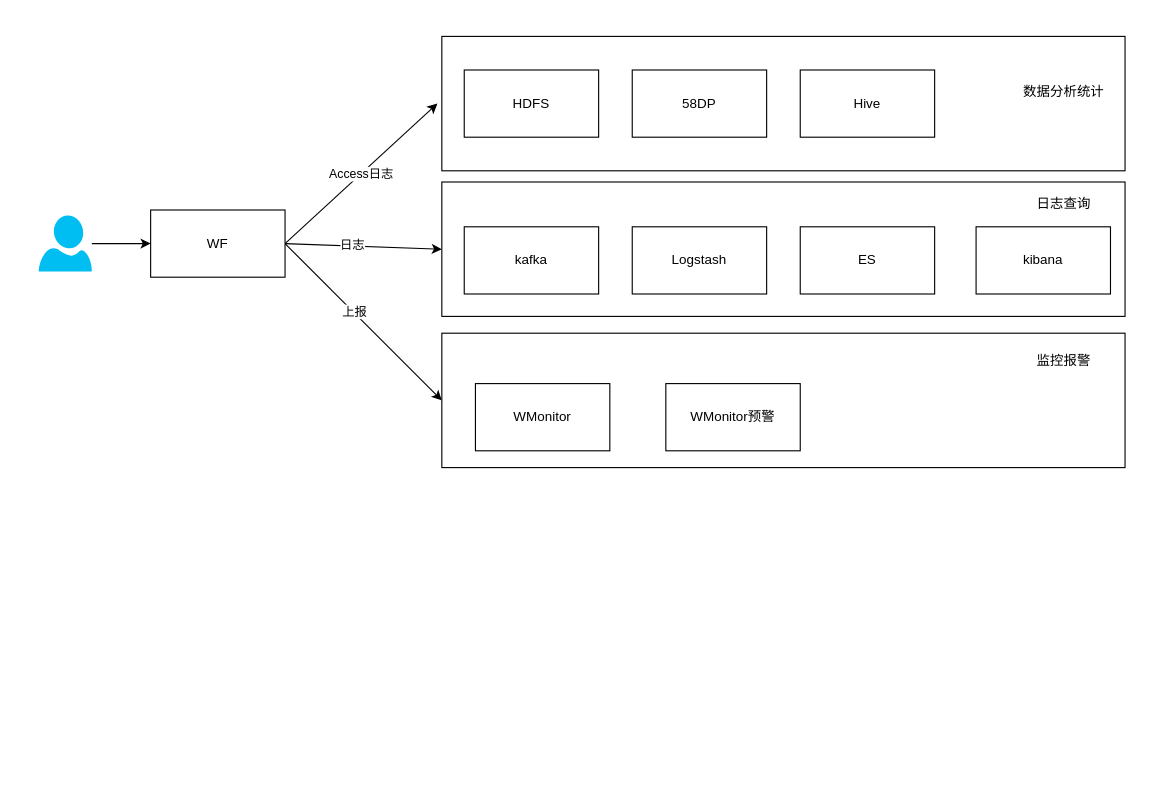
This is page "Page-2" (2 of 6) of shuzhi.drawio from nullbull/uml, a draw.io file, before an edit. Source tidied: cells renumbered, new cells numbered last; positions are measured from the earlier drawing's top-left corner, leaving out a move shared by most shapes. Both pictures are drawn from the tidied source at 112%, with x=0, y=0 at pixel (38, 36).
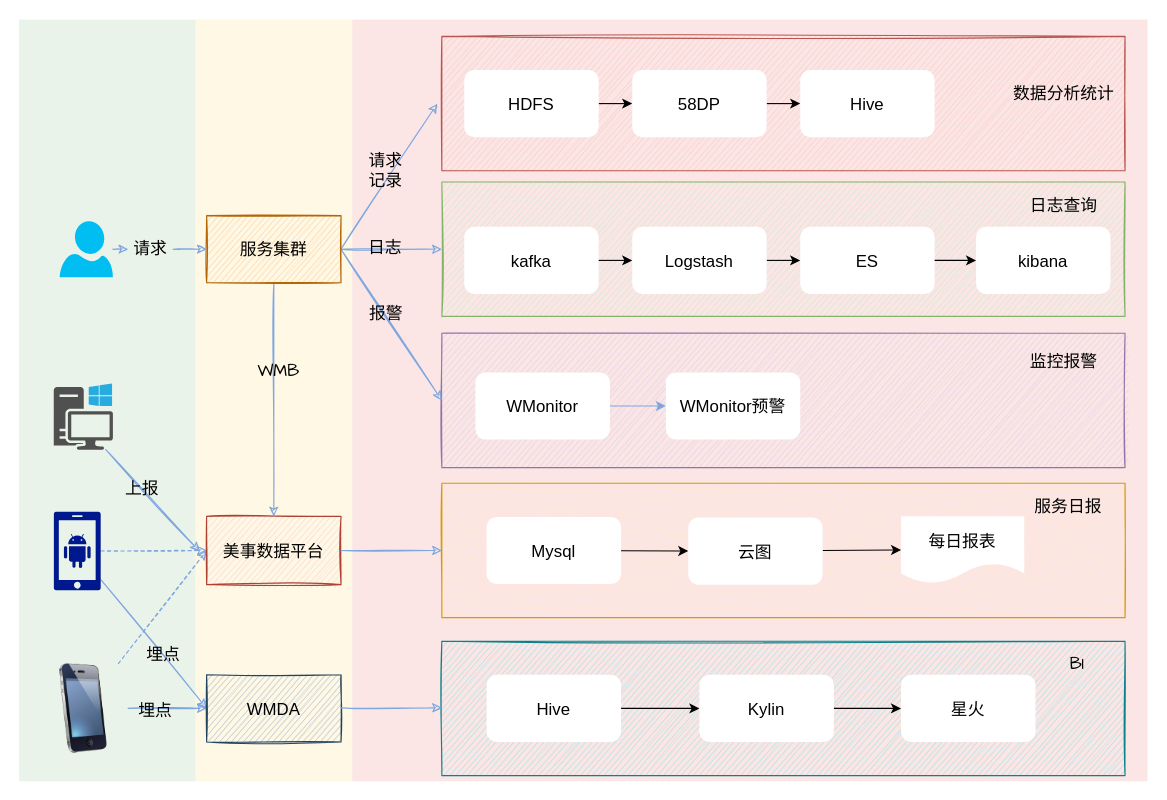
Above is the later version.

What changed in the source:
```diff
@@
+    <mxCell id="25" style="rounded=0;whiteSpace=wrap;html=1;shadow=0;glass=0;sketch=0;fontFamily=Comic Sans MS;fontSize=15;fillColor=#f8cecc;opacity=50;strokeColor=none;" parent="1" vertex="1">
+      <mxGeometry x="280" y="-15" width="710" height="680" as="geometry" />
+    </mxCell>
+    <mxCell id="26" style="rounded=0;whiteSpace=wrap;html=1;shadow=0;glass=0;sketch=0;fontFamily=Comic Sans MS;fontSize=15;fillColor=#fff2cc;opacity=50;strokeColor=none;" parent="1" vertex="1">
+      <mxGeometry x="140" y="-15" width="140" height="680" as="geometry" />
+    </mxCell>
+    <mxCell id="27" style="rounded=0;whiteSpace=wrap;html=1;shadow=0;glass=0;sketch=0;fontFamily=Comic Sans MS;fontSize=15;fillColor=#d5e8d4;opacity=50;strokeWidth=1;strokeColor=none;" parent="1" vertex="1">
+      <mxGeometry x="-17.5" y="-15" width="157.5" height="680" as="geometry" />
+    </mxCell>
+    <mxCell id="28" style="rounded=0;whiteSpace=wrap;html=1;sketch=1;fillColor=#ffe6cc;strokeColor=#d79b00;fontSize=15;" parent="1" vertex="1">
+      <mxGeometry x="360" y="399" width="610" height="120" as="geometry" />
+    </mxCell>
-    <mxCell id="2" style="rounded=0;whiteSpace=wrap;html=1;" parent="1" vertex="1">
+    <mxCell id="2" style="rounded=0;whiteSpace=wrap;html=1;sketch=1;fillColor=#e1d5e7;strokeColor=#9673a6;fontSize=15;" parent="1" vertex="1">
       <mxGeometry x="360" y="265" width="610" height="120" as="geometry" />
     </mxCell>
-    <mxCell id="3" style="rounded=0;whiteSpace=wrap;html=1;" parent="1" vertex="1">
+    <mxCell id="3" style="rounded=0;whiteSpace=wrap;html=1;sketch=1;fillColor=#d5e8d4;strokeColor=#82b366;fontSize=15;" parent="1" vertex="1">
       <mxGeometry x="360" y="130" width="610" height="120" as="geometry" />
     </mxCell>
-    <mxCell id="4" style="rounded=0;whiteSpace=wrap;html=1;" parent="1" vertex="1">
+    <mxCell id="4" style="rounded=0;whiteSpace=wrap;html=1;sketch=1;strokeColor=#b85450;fillColor=#f8cecc;fontSize=15;" parent="1" vertex="1">
       <mxGeometry x="360" width="610" height="120" as="geometry" />
     </mxCell>
-    <mxCell id="5" value="Access日志" style="edgeStyle=none;rounded=0;jettySize=auto;html=1;exitX=1;exitY=0.5;exitDx=0;exitDy=0;" parent="1" edge="1" source="10">
-      <mxGeometry relative="1" as="geometry">
+    <mxCell id="5" style="rounded=0;jettySize=auto;html=1;exitX=1;exitY=0.5;exitDx=0;exitDy=0;fontSize=15;sketch=1;strokeColor=#7EA6E0;" parent="1" edge="1" source="10">
+      <mxGeometry x="1" y="-254" relative="1" as="geometry">
         <mxPoint x="356" y="60" as="targetPoint" />
+        <mxPoint x="12" y="-260" as="offset" />
       </mxGeometry>
     </mxCell>
-    <mxCell id="6" style="edgeStyle=none;rounded=0;jettySize=auto;html=1;exitX=1;exitY=0.5;exitDx=0;exitDy=0;entryX=0;entryY=0.5;entryDx=0;entryDy=0;" parent="1" edge="1" source="10" target="3">
+    <mxCell id="6" style="edgeStyle=none;rounded=0;jettySize=auto;html=1;exitX=1;exitY=0.5;exitDx=0;exitDy=0;entryX=0;entryY=0.5;entryDx=0;entryDy=0;fontSize=15;sketch=1;strokeColor=#7EA6E0;" parent="1" edge="1" source="10" target="3">
       <mxGeometry relative="1" as="geometry" />
     </mxCell>
-    <mxCell id="7" value="日志" style="edgeLabel;html=1;align=center;verticalAlign=middle;" parent="6" vertex="1">
+    <mxCell id="7" value="日志" style="edgeLabel;html=1;align=center;verticalAlign=middle;fontSize=15;labelBackgroundColor=none;" parent="6" vertex="1">
       <mxGeometry x="-0.15" y="-2" relative="1" as="geometry">
         <mxPoint y="-4.1" as="offset" />
       </mxGeometry>
     </mxCell>
-    <mxCell id="8" style="edgeStyle=none;rounded=0;jettySize=auto;html=1;exitX=1;exitY=0.5;exitDx=0;exitDy=0;entryX=0;entryY=0.5;entryDx=0;entryDy=0;" parent="1" edge="1" source="10" target="2">
+    <mxCell id="8" style="edgeStyle=none;rounded=0;jettySize=auto;html=1;exitX=1;exitY=0.5;exitDx=0;exitDy=0;entryX=0;entryY=0.5;entryDx=0;entryDy=0;fontSize=15;sketch=1;strokeColor=#7EA6E0;" parent="1" edge="1" source="10" target="2">
       <mxGeometry relative="1" as="geometry" />
     </mxCell>
-    <mxCell id="9" value="上报" style="edgeLabel;html=1;align=center;verticalAlign=middle;" parent="8" vertex="1">
-      <mxGeometry x="-0.13" y="1" relative="1" as="geometry" />
-    </mxCell>
+    <mxCell id="29" value="报警" style="edgeLabel;html=1;align=center;verticalAlign=middle;fontSize=15;labelBackgroundColor=none;" parent="8" vertex="1">
+      <mxGeometry x="-0.15" y="1" relative="1" as="geometry" />
+    </mxCell>
+    <mxCell id="30" style="edgeStyle=none;rounded=0;jettySize=auto;html=1;fontFamily=Comic Sans MS;fontSize=15;sketch=1;strokeColor=#7EA6E0;" parent="1" edge="1" source="10" target="48">
+      <mxGeometry relative="1" as="geometry" />
+    </mxCell>
+    <mxCell id="31" value="WMB" style="edgeLabel;html=1;align=center;verticalAlign=middle;fontSize=15;fontFamily=Comic Sans MS;labelBackgroundColor=none;" parent="30" vertex="1">
+      <mxGeometry x="-0.25" y="3" relative="1" as="geometry" />
+    </mxCell>
-    <mxCell id="10" value="WF" style="rounded=0;whiteSpace=wrap;html=1;" parent="1" vertex="1">
-      <mxGeometry x="100" y="155" width="120" height="60" as="geometry" />
+    <mxCell id="10" value="服务集群" style="rounded=0;whiteSpace=wrap;html=1;sketch=1;shadow=0;fontSize=15;fillColor=#fad7ac;strokeColor=#b46504;" parent="1" vertex="1">
+      <mxGeometry x="150" y="160" width="120" height="60" as="geometry" />
     </mxCell>
-    <mxCell id="11" value="kafka" style="rounded=0;whiteSpace=wrap;html=1;" parent="1" vertex="1">
+    <mxCell id="11" value="kafka" style="rounded=1;whiteSpace=wrap;html=1;fontSize=15;strokeColor=none;" parent="1" vertex="1">
       <mxGeometry x="380" y="170" width="120" height="60" as="geometry" />
     </mxCell>
+    <mxCell id="32" style="edgeStyle=orthogonalEdgeStyle;rounded=0;jettySize=auto;html=1;exitX=1;exitY=0.5;exitDx=0;exitDy=0;entryX=0;entryY=0.5;entryDx=0;entryDy=0;fontSize=15;" parent="1" edge="1" source="12" target="14">
+      <mxGeometry relative="1" as="geometry" />
+    </mxCell>
-    <mxCell id="12" value="HDFS" style="rounded=0;whiteSpace=wrap;html=1;" parent="1" vertex="1">
+    <mxCell id="12" value="HDFS" style="rounded=1;whiteSpace=wrap;html=1;fontSize=15;strokeColor=none;" parent="1" vertex="1">
       <mxGeometry x="380" y="30" width="120" height="60" as="geometry" />
     </mxCell>
+    <mxCell id="33" style="edgeStyle=none;rounded=0;sketch=0;jettySize=auto;html=1;entryX=0;entryY=0.5;entryDx=0;entryDy=0;strokeColor=#7EA6E0;fontFamily=Comic Sans MS;fontSize=15;" parent="1" edge="1" source="13" target="19">
+      <mxGeometry relative="1" as="geometry" />
+    </mxCell>
-    <mxCell id="13" value="WMonitor" style="rounded=0;whiteSpace=wrap;html=1;" parent="1" vertex="1">
-      <mxGeometry x="390" y="310" width="120" height="60" as="geometry" />
+    <mxCell id="13" value="WMonitor" style="rounded=1;whiteSpace=wrap;html=1;fontSize=15;strokeColor=none;" parent="1" vertex="1">
+      <mxGeometry x="390" y="300" width="120" height="60" as="geometry" />
     </mxCell>
+    <mxCell id="34" style="edgeStyle=orthogonalEdgeStyle;rounded=0;jettySize=auto;html=1;exitX=1;exitY=0.5;exitDx=0;exitDy=0;entryX=0;entryY=0.5;entryDx=0;entryDy=0;fontSize=15;" parent="1" edge="1" source="14" target="15">
+      <mxGeometry relative="1" as="geometry" />
+    </mxCell>
-    <mxCell id="14" value="58DP" style="rounded=0;whiteSpace=wrap;html=1;" parent="1" vertex="1">
+    <mxCell id="14" value="58DP" style="rounded=1;whiteSpace=wrap;html=1;fontSize=15;strokeColor=none;" parent="1" vertex="1">
       <mxGeometry x="530" y="30" width="120" height="60" as="geometry" />
     </mxCell>
-    <mxCell id="15" value="Hive" style="rounded=0;whiteSpace=wrap;html=1;" parent="1" vertex="1">
+    <mxCell id="15" value="Hive" style="rounded=1;whiteSpace=wrap;html=1;fontSize=15;strokeColor=none;" parent="1" vertex="1">
       <mxGeometry x="680" y="30" width="120" height="60" as="geometry" />
     </mxCell>
-    <mxCell id="16" value="Logstash" style="rounded=0;whiteSpace=wrap;html=1;" parent="1" vertex="1">
-      <mxGeometry x="530" y="170" width="120" height="60" as="geometry" />
-    </mxCell>
-    <mxCell id="17" value="ES" style="rounded=0;whiteSpace=wrap;html=1;" parent="1" vertex="1">
+    <mxCell id="17" value="ES" style="rounded=1;whiteSpace=wrap;html=1;fontSize=15;strokeColor=none;" parent="1" vertex="1">
       <mxGeometry x="680" y="170" width="120" height="60" as="geometry" />
     </mxCell>
-    <mxCell id="18" value="kibana" style="rounded=0;whiteSpace=wrap;html=1;" parent="1" vertex="1">
+    <mxCell id="18" value="kibana" style="rounded=1;whiteSpace=wrap;html=1;fontSize=15;strokeColor=none;" parent="1" vertex="1">
       <mxGeometry x="837" y="170" width="120" height="60" as="geometry" />
     </mxCell>
-    <mxCell id="19" value="WMonitor预警" style="rounded=0;whiteSpace=wrap;html=1;" parent="1" vertex="1">
-      <mxGeometry x="560" y="310" width="120" height="60" as="geometry" />
+    <mxCell id="19" value="WMonitor预警" style="rounded=1;whiteSpace=wrap;html=1;fontSize=15;strokeColor=none;" parent="1" vertex="1">
+      <mxGeometry x="560" y="300" width="120" height="60" as="geometry" />
     </mxCell>
-    <mxCell id="20" value="&lt;span&gt;数据分析统计&lt;/span&gt;" style="text;html=1;align=center;verticalAlign=middle;" parent="1" vertex="1">
-      <mxGeometry x="870" y="40" width="90" height="20" as="geometry" />
+    <mxCell id="20" value="&lt;span style=&quot;font-size: 15px;&quot;&gt;数据分析统计&lt;/span&gt;" style="text;html=1;align=center;verticalAlign=middle;fontSize=15;" parent="1" vertex="1">
+      <mxGeometry x="860" y="40" width="110" height="20" as="geometry" />
     </mxCell>
-    <mxCell id="21" value="&lt;span&gt;日志查询&lt;/span&gt;" style="text;html=1;align=center;verticalAlign=middle;" parent="1" vertex="1">
-      <mxGeometry x="885" y="140" width="60" height="20" as="geometry" />
+    <mxCell id="21" value="&lt;span style=&quot;font-size: 15px;&quot;&gt;日志查询&lt;/span&gt;" style="text;html=1;align=center;verticalAlign=middle;fontSize=15;" parent="1" vertex="1">
+      <mxGeometry x="875" y="140" width="80" height="20" as="geometry" />
     </mxCell>
-    <mxCell id="22" value="监控报警" style="text;html=1;align=center;verticalAlign=middle;" parent="1" vertex="1">
-      <mxGeometry x="885" y="280" width="60" height="20" as="geometry" />
+    <mxCell id="22" value="监控报警" style="text;html=1;align=center;verticalAlign=middle;fontSize=15;" parent="1" vertex="1">
+      <mxGeometry x="875" y="280" width="80" height="20" as="geometry" />
     </mxCell>
-    <mxCell id="23" style="rounded=0;jettySize=auto;html=1;entryX=0;entryY=0.5;entryDx=0;entryDy=0;" parent="1" edge="1" source="24" target="10">
-      <mxGeometry relative="1" as="geometry" />
-    </mxCell>
+    <mxCell id="35" style="edgeStyle=none;rounded=0;sketch=1;jettySize=auto;html=1;entryX=0;entryY=0.5;entryDx=0;entryDy=0;strokeColor=#7EA6E0;fontFamily=Comic Sans MS;fontSize=15;" parent="1" edge="1" source="67" target="10">
+      <mxGeometry relative="1" as="geometry" />
+    </mxCell>
-    <mxCell id="24" style="verticalLabelPosition=bottom;html=1;verticalAlign=top;align=center;strokeColor=none;fillColor=#00BEF2;shape=mxgraph.azure.user;" parent="1" vertex="1">
-      <mxGeometry y="160" width="47.5" height="50" as="geometry" />
+    <mxCell id="24" style="verticalLabelPosition=bottom;html=1;verticalAlign=top;align=center;strokeColor=none;fillColor=#00BEF2;shape=mxgraph.azure.user;sketch=0;fontSize=15;" parent="1" vertex="1">
+      <mxGeometry x="18.8" y="165" width="47.5" height="50" as="geometry" />
     </mxCell>
+    <mxCell id="36" style="edgeStyle=orthogonalEdgeStyle;rounded=0;jettySize=auto;html=1;exitX=1;exitY=0.5;exitDx=0;exitDy=0;entryX=0;entryY=0.5;entryDx=0;entryDy=0;fontSize=15;" parent="1" edge="1" target="16">
+      <mxGeometry relative="1" as="geometry">
+        <mxPoint x="500" y="200" as="sourcePoint" />
+      </mxGeometry>
+    </mxCell>
+    <mxCell id="37" style="edgeStyle=orthogonalEdgeStyle;rounded=0;jettySize=auto;html=1;exitX=1;exitY=0.5;exitDx=0;exitDy=0;entryX=0;entryY=0.5;entryDx=0;entryDy=0;fontSize=15;" parent="1" edge="1" source="16">
+      <mxGeometry relative="1" as="geometry">
+        <mxPoint x="680" y="200" as="targetPoint" />
+      </mxGeometry>
+    </mxCell>
+    <mxCell id="16" value="Logstash" style="rounded=1;whiteSpace=wrap;html=1;fontSize=15;strokeColor=none;" parent="1" vertex="1">
+      <mxGeometry x="530" y="170" width="120" height="60" as="geometry" />
+    </mxCell>
+    <mxCell id="38" style="edgeStyle=orthogonalEdgeStyle;rounded=0;jettySize=auto;html=1;exitX=1;exitY=0.5;exitDx=0;exitDy=0;entryX=0;entryY=0.5;entryDx=0;entryDy=0;fontSize=15;" parent="1" edge="1" target="18">
+      <mxGeometry relative="1" as="geometry">
+        <mxPoint x="800" y="200" as="sourcePoint" />
+      </mxGeometry>
+    </mxCell>
+    <mxCell id="39" style="shadow=0;dashed=0;html=1;strokeColor=none;fillColor=#505050;labelPosition=center;verticalLabelPosition=bottom;verticalAlign=top;align=center;shape=mxgraph.office.devices.workstation_pc;sketch=0;fontSize=15;" parent="1" vertex="1">
+      <mxGeometry x="13.5" y="310" width="52.8" height="59" as="geometry" />
+    </mxCell>
+    <mxCell id="40" style="rounded=0;jettySize=auto;html=1;entryX=0;entryY=0.5;entryDx=0;entryDy=0;fontSize=15;sketch=1;strokeColor=#7EA6E0;" parent="1" edge="1" source="43" target="49">
+      <mxGeometry relative="1" as="geometry" />
+    </mxCell>
+    <mxCell id="41" value="埋点" style="edgeLabel;html=1;align=center;verticalAlign=middle;fontSize=15;labelBackgroundColor=none;" parent="40" vertex="1">
+      <mxGeometry x="0.16" y="1" relative="1" as="geometry" />
+    </mxCell>
+    <mxCell id="42" style="edgeStyle=none;rounded=0;jettySize=auto;html=1;entryX=0;entryY=0.5;entryDx=0;entryDy=0;dashed=1;fontSize=15;sketch=1;strokeColor=#7EA6E0;" parent="1" edge="1" source="43" target="48">
+      <mxGeometry relative="1" as="geometry" />
+    </mxCell>
+    <mxCell id="43" style="shadow=0;dashed=0;html=1;strokeColor=none;labelPosition=center;verticalLabelPosition=bottom;verticalAlign=top;align=center;fillColor=#00188D;shape=mxgraph.mscae.enterprise.android_phone;sketch=0;fontSize=15;" parent="1" vertex="1">
+      <mxGeometry x="13.5" y="424.5" width="42" height="70" as="geometry" />
+    </mxCell>
+    <mxCell id="44" style="edgeStyle=none;rounded=0;jettySize=auto;html=1;entryX=0;entryY=0.5;entryDx=0;entryDy=0;fontSize=15;sketch=1;strokeColor=#7EA6E0;" parent="1" edge="1" source="47" target="49">
+      <mxGeometry relative="1" as="geometry" />
+    </mxCell>
+    <mxCell id="45" value="埋点" style="edgeLabel;html=1;align=center;verticalAlign=middle;fontSize=15;labelBackgroundColor=none;" parent="44" vertex="1">
+      <mxGeometry x="-0.32" y="-2" relative="1" as="geometry">
+        <mxPoint y="-2" as="offset" />
+      </mxGeometry>
+    </mxCell>
+    <mxCell id="46" style="edgeStyle=none;rounded=0;jettySize=auto;html=1;entryX=0;entryY=0.5;entryDx=0;entryDy=0;dashed=1;fontSize=15;sketch=1;strokeColor=#7EA6E0;" parent="1" edge="1" source="47" target="48">
+      <mxGeometry relative="1" as="geometry" />
+    </mxCell>
+    <mxCell id="47" style="image;html=1;image=img/lib/clip_art/telecommunication/iPhone_128x128.png;sketch=0;strokeColor=#000000;fontSize=15;" parent="1" vertex="1">
+      <mxGeometry x="-0.1" y="560" width="80" height="80" as="geometry" />
+    </mxCell>
+    <mxCell id="48" value="美事数据平台" style="rounded=0;whiteSpace=wrap;html=1;sketch=1;strokeColor=#ae4132;shadow=0;fontSize=15;fillColor=#fad9d5;" parent="1" vertex="1">
+      <mxGeometry x="150" y="428.5" width="120" height="61" as="geometry" />
+    </mxCell>
+    <mxCell id="49" value="WMDA" style="rounded=0;whiteSpace=wrap;html=1;sketch=1;strokeColor=#23445d;shadow=0;fontSize=15;fillColor=#bac8d3;" parent="1" vertex="1">
+      <mxGeometry x="150" y="570" width="120" height="60" as="geometry" />
+    </mxCell>
+    <mxCell id="50" style="edgeStyle=none;rounded=0;jettySize=auto;html=1;entryX=0;entryY=0.5;entryDx=0;entryDy=0;fontSize=15;" parent="1" edge="1" source="51" target="53">
+      <mxGeometry relative="1" as="geometry" />
+    </mxCell>
+    <mxCell id="51" value="Mysql" style="rounded=1;whiteSpace=wrap;html=1;sketch=0;fontSize=15;strokeColor=none;" parent="1" vertex="1">
+      <mxGeometry x="400" y="429" width="120" height="60" as="geometry" />
+    </mxCell>
+    <mxCell id="52" style="edgeStyle=none;rounded=0;jettySize=auto;html=1;entryX=0;entryY=0.5;entryDx=0;entryDy=0;fontSize=15;" parent="1" edge="1" source="53" target="60">
+      <mxGeometry relative="1" as="geometry" />
+    </mxCell>
+    <mxCell id="53" value="云图" style="rounded=1;whiteSpace=wrap;html=1;sketch=0;fontSize=15;strokeColor=none;" parent="1" vertex="1">
+      <mxGeometry x="580" y="429.5" width="120" height="60" as="geometry" />
+    </mxCell>
+    <mxCell id="54" style="rounded=0;whiteSpace=wrap;html=1;sketch=1;fillColor=#b0e3e6;strokeColor=#0e8088;fontSize=15;" parent="1" vertex="1">
+      <mxGeometry x="360" y="540" width="610" height="120" as="geometry" />
+    </mxCell>
+    <mxCell id="55" style="edgeStyle=none;rounded=0;jettySize=auto;html=1;fontSize=15;" parent="1" edge="1" source="56" target="58">
+      <mxGeometry relative="1" as="geometry" />
+    </mxCell>
+    <mxCell id="56" value="Hive" style="rounded=1;whiteSpace=wrap;html=1;sketch=0;fontSize=15;strokeColor=none;" parent="1" vertex="1">
+      <mxGeometry x="400" y="570" width="120" height="60" as="geometry" />
+    </mxCell>
+    <mxCell id="57" style="edgeStyle=none;rounded=0;jettySize=auto;html=1;entryX=0;entryY=0.5;entryDx=0;entryDy=0;fontSize=15;" parent="1" edge="1" source="58" target="59">
+      <mxGeometry relative="1" as="geometry" />
+    </mxCell>
+    <mxCell id="58" value="Kylin" style="rounded=1;whiteSpace=wrap;html=1;sketch=0;fontSize=15;strokeColor=none;" parent="1" vertex="1">
+      <mxGeometry x="590" y="570" width="120" height="60" as="geometry" />
+    </mxCell>
+    <mxCell id="59" value="星火" style="rounded=1;whiteSpace=wrap;html=1;sketch=0;fontSize=15;strokeColor=none;" parent="1" vertex="1">
+      <mxGeometry x="770" y="570" width="120" height="60" as="geometry" />
+    </mxCell>
+    <mxCell id="60" value="每日报表" style="shape=document;whiteSpace=wrap;html=1;boundedLbl=1;sketch=0;fontSize=15;strokeColor=none;" parent="1" vertex="1">
+      <mxGeometry x="770" y="428.5" width="110" height="60" as="geometry" />
+    </mxCell>
+    <mxCell id="61" value="服务日报" style="text;html=1;strokeColor=none;fillColor=none;align=center;verticalAlign=middle;whiteSpace=wrap;rounded=0;shadow=0;sketch=0;fontFamily=Comic Sans MS;fontSize=15;" parent="1" vertex="1">
+      <mxGeometry x="882" y="409.5" width="75" height="20" as="geometry" />
+    </mxCell>
+    <mxCell id="62" value="BI" style="text;html=1;strokeColor=none;fillColor=none;align=center;verticalAlign=middle;whiteSpace=wrap;rounded=0;shadow=0;sketch=0;fontFamily=Comic Sans MS;fontSize=15;" parent="1" vertex="1">
+      <mxGeometry x="890" y="550" width="75" height="20" as="geometry" />
+    </mxCell>
+    <mxCell id="63" style="edgeStyle=none;rounded=0;orthogonalLoop=1;jettySize=auto;html=1;entryX=0;entryY=0.5;entryDx=0;entryDy=0;fontSize=15;sketch=1;strokeColor=#7EA6E0;" parent="1" edge="1">
+      <mxGeometry relative="1" as="geometry">
+        <mxPoint x="60" y="369" as="sourcePoint" />
+        <mxPoint x="143.7" y="459.9" as="targetPoint" />
+      </mxGeometry>
+    </mxCell>
+    <mxCell id="9" value="上报" style="edgeLabel;html=1;align=center;verticalAlign=middle;fontSize=15;labelBackgroundColor=none;" parent="63" vertex="1">
+      <mxGeometry x="-0.26" y="1" relative="1" as="geometry" />
+    </mxCell>
+    <mxCell id="64" style="edgeStyle=none;rounded=0;orthogonalLoop=1;jettySize=auto;html=1;entryX=0;entryY=0.5;entryDx=0;entryDy=0;fontSize=15;sketch=1;strokeColor=#7EA6E0;" parent="1" edge="1">
+      <mxGeometry relative="1" as="geometry">
+        <mxPoint x="270" y="599.5" as="sourcePoint" />
+        <mxPoint x="360" y="599.5" as="targetPoint" />
+      </mxGeometry>
+    </mxCell>
+    <mxCell id="65" style="edgeStyle=none;rounded=0;orthogonalLoop=1;jettySize=auto;html=1;entryX=0;entryY=0.5;entryDx=0;entryDy=0;fontSize=15;sketch=1;strokeColor=#7EA6E0;" parent="1" edge="1">
+      <mxGeometry relative="1" as="geometry">
+        <mxPoint x="270" y="459" as="sourcePoint" />
+        <mxPoint x="360" y="459" as="targetPoint" />
+      </mxGeometry>
+    </mxCell>
+    <mxCell id="66" value="请求记录" style="text;html=1;strokeColor=none;fillColor=none;align=center;verticalAlign=middle;whiteSpace=wrap;rounded=0;shadow=0;glass=0;labelBackgroundColor=none;sketch=0;fontFamily=Comic Sans MS;fontSize=15;opacity=60;" parent="1" vertex="1">
+      <mxGeometry x="290" y="110" width="40" height="20" as="geometry" />
+    </mxCell>
+    <mxCell id="67" value="请求" style="text;html=1;strokeColor=none;fillColor=none;align=center;verticalAlign=middle;whiteSpace=wrap;rounded=0;shadow=0;glass=0;labelBackgroundColor=none;sketch=0;fontFamily=Comic Sans MS;fontSize=15;opacity=50;" parent="1" vertex="1">
+      <mxGeometry x="80" y="180" width="40" height="20" as="geometry" />
+    </mxCell>
+    <mxCell id="68" style="edgeStyle=none;rounded=0;sketch=1;jettySize=auto;html=1;entryX=0;entryY=0.5;entryDx=0;entryDy=0;strokeColor=#7EA6E0;fontFamily=Comic Sans MS;fontSize=15;" parent="1" edge="1" source="24" target="67">
+      <mxGeometry relative="1" as="geometry" />
+    </mxCell>
```
